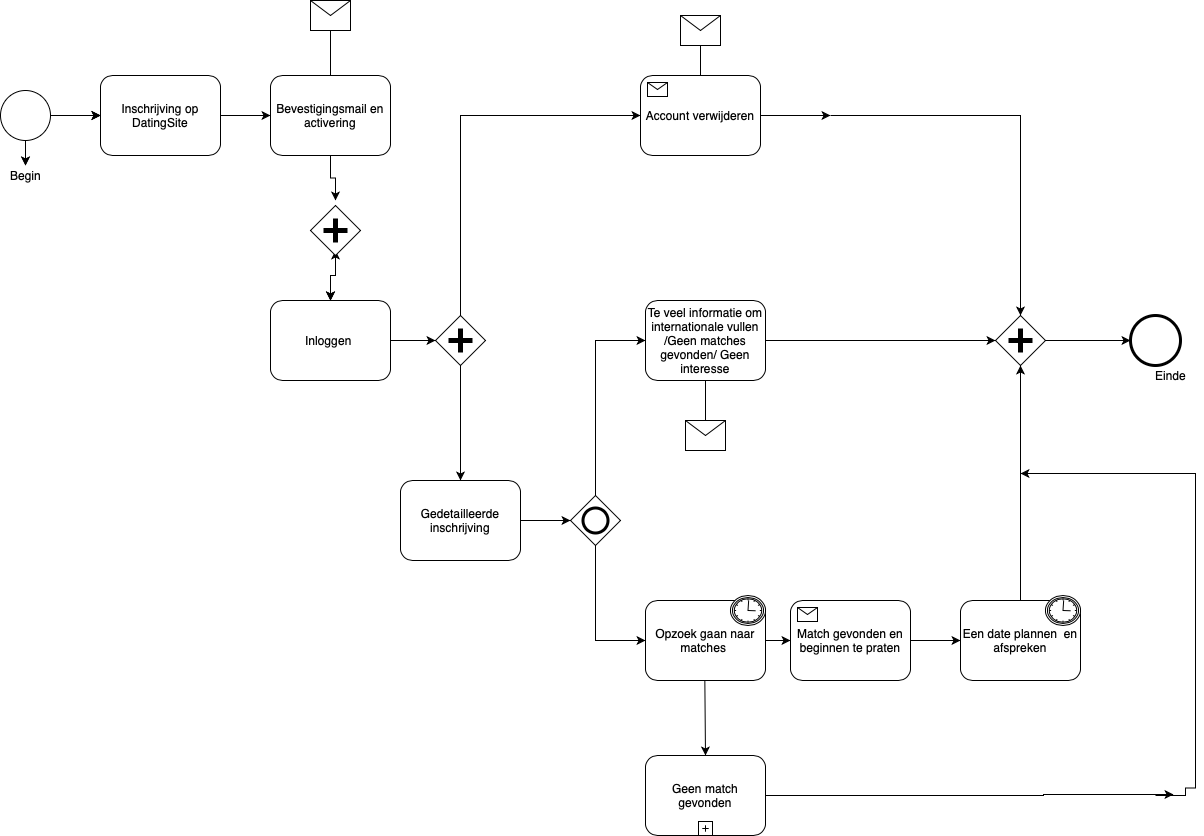
Above: Untitled Diagram.png in mukau1995/IT-case (draw.io), before the change. Source tidied: cells renumbered, new cells last; positions are measured from the earlier drawing's top-left corner, leaving out a move shared by most shapes.
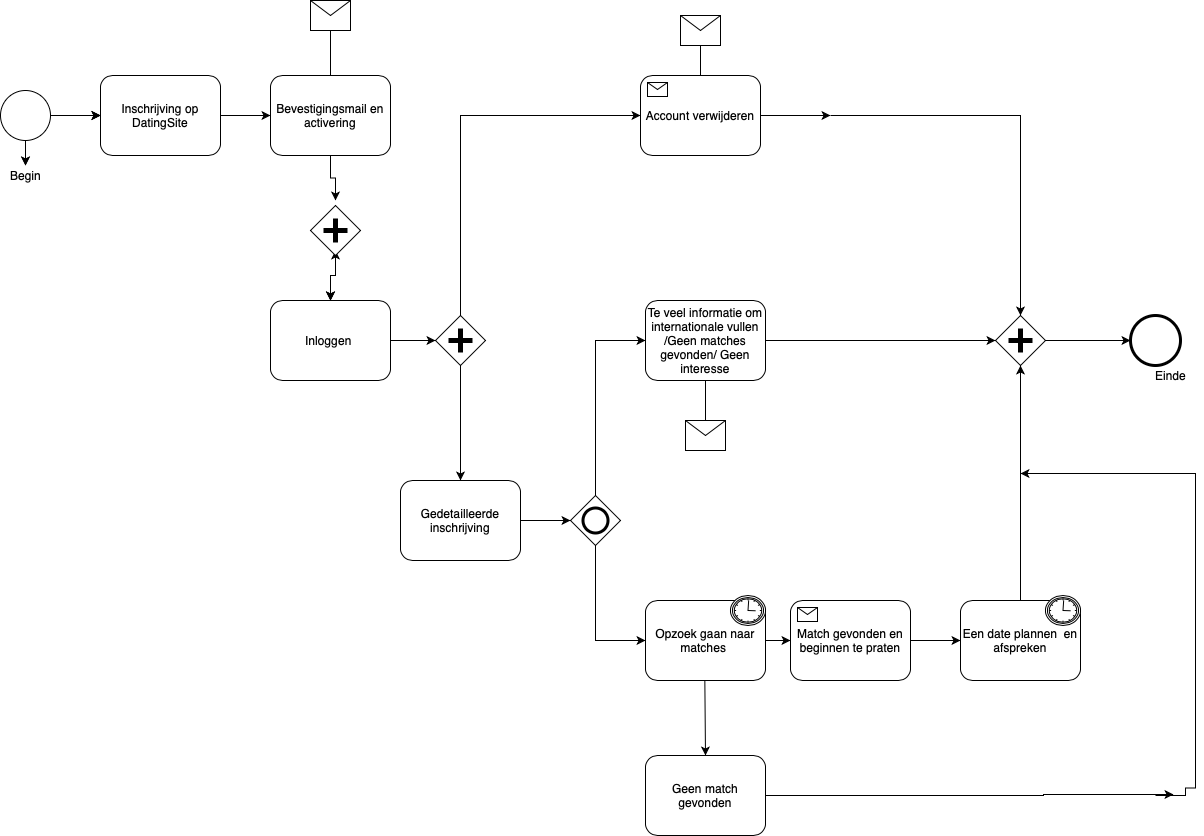
After the change.

The edit, as a diff of the source:
```diff
@@ -197,11 +197,6 @@
     <mxCell id="53" value="Geen match gevonden" style="html=1;whiteSpace=wrap;rounded=1;" parent="1" vertex="1">
       <mxGeometry x="645" y="755" width="120" height="80" as="geometry" />
     </mxCell>
-    <mxCell id="54" style="html=1;shape=plus;" parent="53" vertex="1">
-      <mxGeometry x="0.5" y="1" width="14" height="14" relative="1" as="geometry">
-        <mxPoint x="-7" y="-14" as="offset" />
-      </mxGeometry>
-    </mxCell>
     <mxCell id="55" style="edgeStyle=orthogonalEdgeStyle;rounded=0;html=1;jettySize=auto;exitX=1;exitY=0.5;exitDx=0;exitDy=0;" parent="1" edge="1" source="53">
       <mxGeometry relative="1" as="geometry">
         <mxPoint x="1173" y="794" as="targetPoint" />
```
